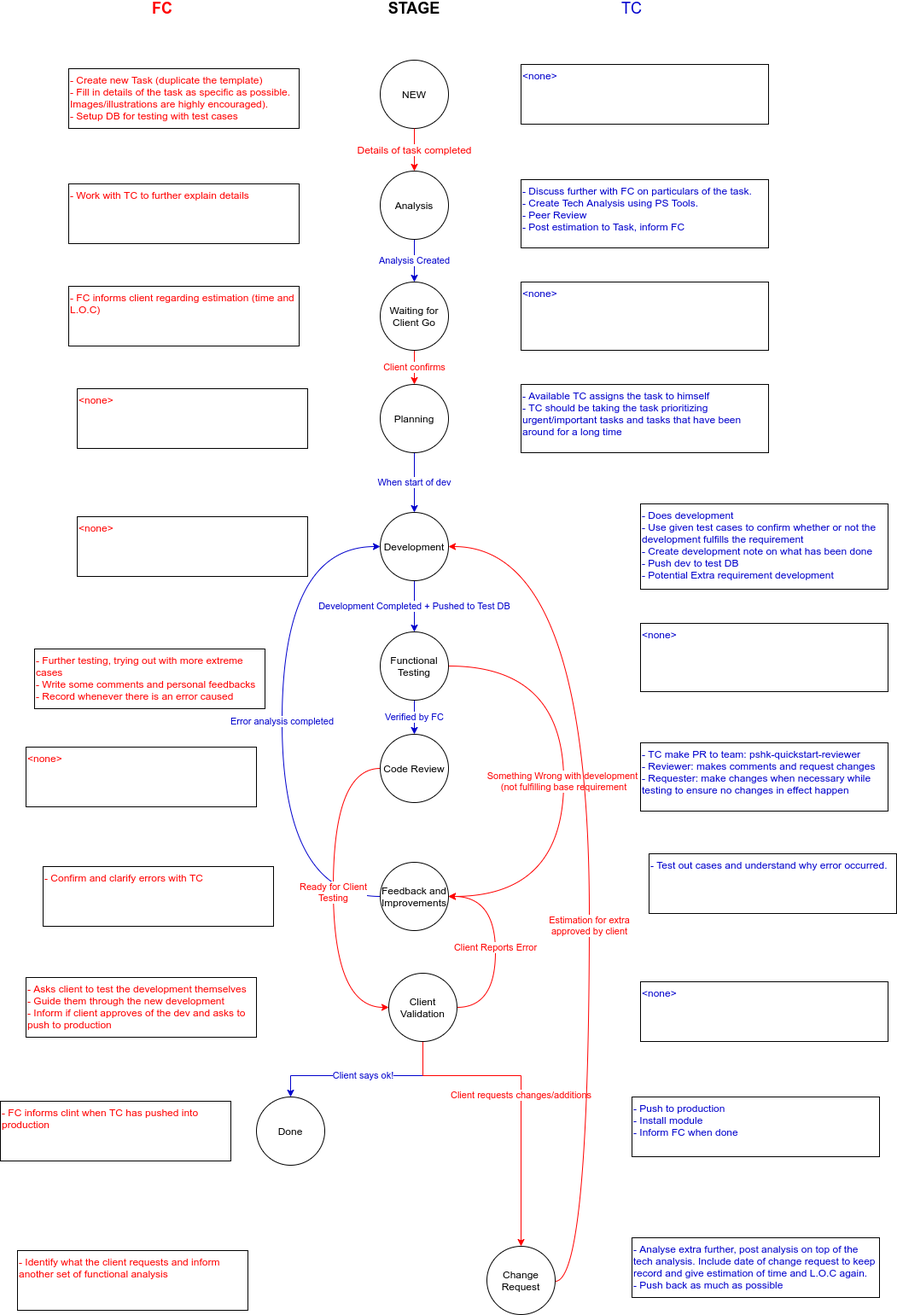
Earlier version of the draw.io export img/PSHK PROCESS.png (odoo-ps/pshk-process). Source tidied: cells renumbered, new cells last; positions are measured from the earlier drawing's top-left corner, leaving out a move shared by most shapes.
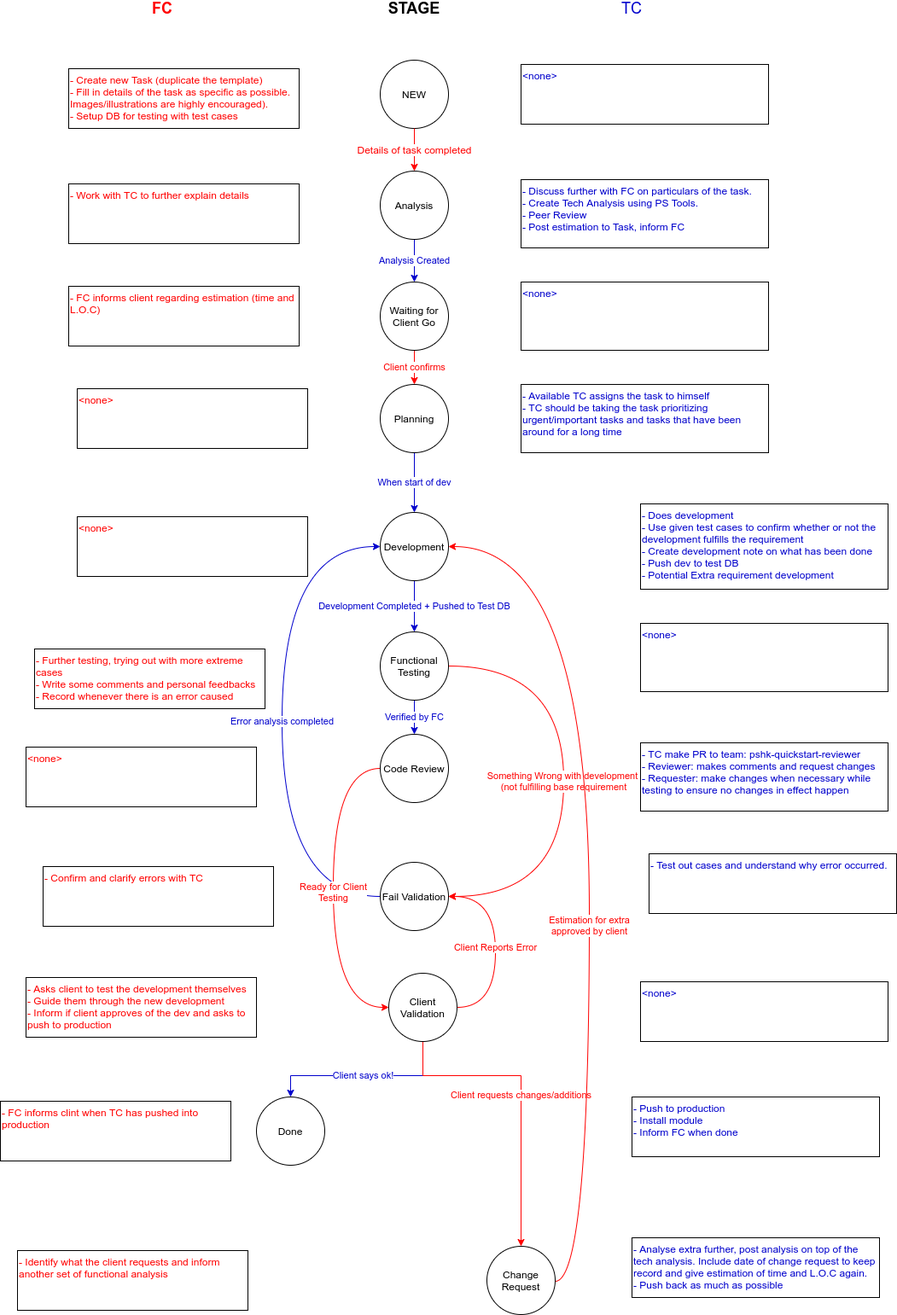
Later version of the same file.

The edit, as a diff of the source:
```diff
@@ -99,7 +99,7 @@
         </Array>
       </mxGeometry>
     </mxCell>
-    <mxCell id="31" value="Feedback and Improvements" style="ellipse;whiteSpace=wrap;html=1;" parent="1" vertex="1">
+    <mxCell id="31" value="Fail Validation" style="ellipse;whiteSpace=wrap;html=1;" parent="1" vertex="1">
       <mxGeometry x="445" y="1010" width="80" height="80" as="geometry" />
     </mxCell>
     <mxCell id="32" value="- Test out cases and understand why error occurred." style="rounded=0;whiteSpace=wrap;html=1;labelBackgroundColor=#ffffff;fontSize=12;fontColor=#0000CC;align=left;verticalAlign=top;" parent="1" vertex="1">
```
